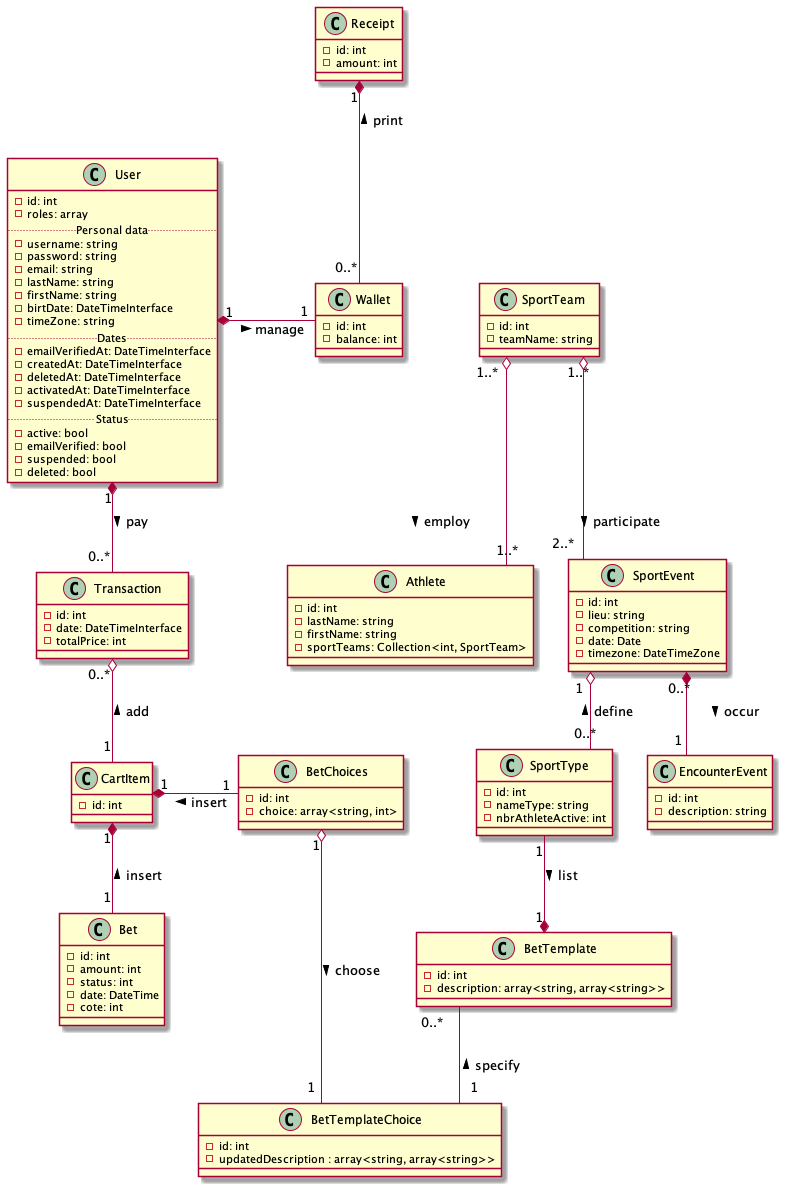
Above: UML/PariSportifUML.png in OFP-CDA-Mulhouse-2020/parisportif3 (PlantUML), before the change.
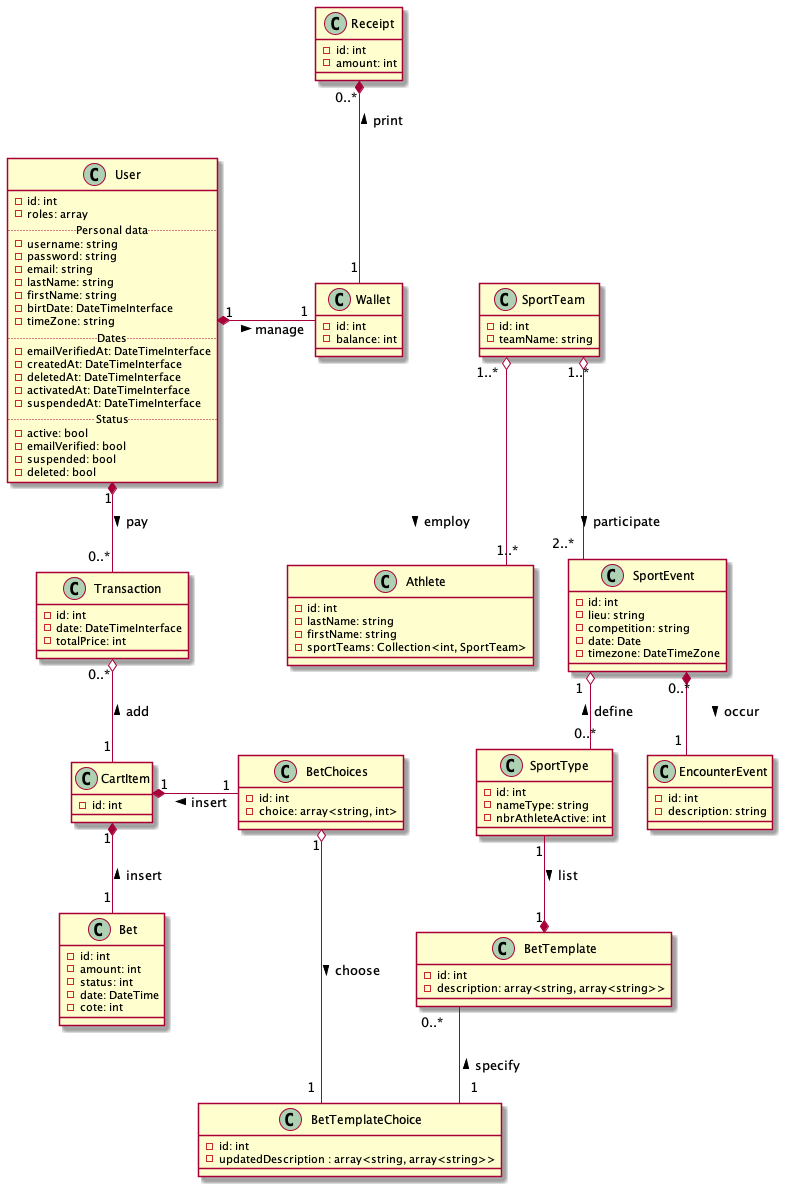
The same diagram one commit later.

Commit message:
Correction inversion des cardinalité dans l'UML....

Entre Wallet et Receipt

The edit, as a diff of the source:
```diff
@@ -103,7 +103,7 @@
 
 User "1" *- "1" Wallet : manage >
 User "1" *-- "0..*" Transaction : pay >
-Receipt "1" *-- "0..*" Wallet : print <
+Receipt "0..*" *-- "1" Wallet : print <
 SportEvent "0..*"  *-- "1" EncounterEvent : occur >
 CartItem "1" *- "1" BetChoices : insert <
 CartItem "1" *-- "1" Bet : insert <
```
